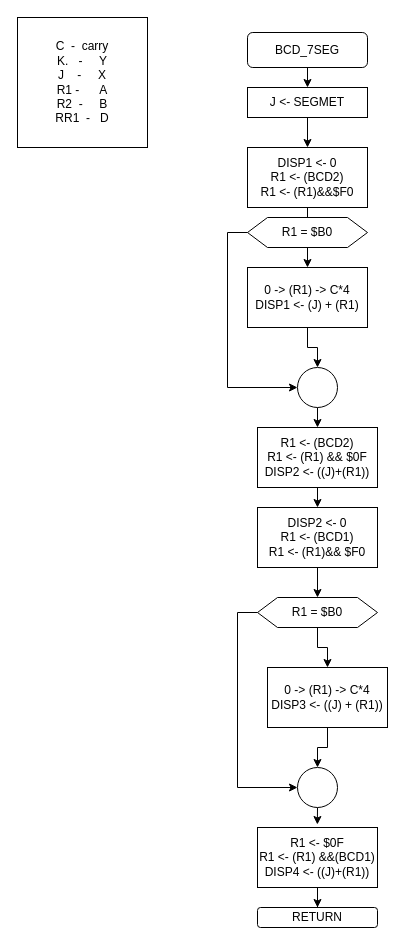
The draw.io diagram 8_runmeter623/diagrams/6_bcd_7seg.drawio in brown9804/Dragon12_MC9S12DP256, before the edit. Source tidied: cells renumbered, new cells numbered last; positions are measured from the earlier drawing's top-left corner, leaving out a move shared by most shapes. Both pictures are drawn from the tidied source at 100%, with x=0, y=0 at pixel (17, 17).
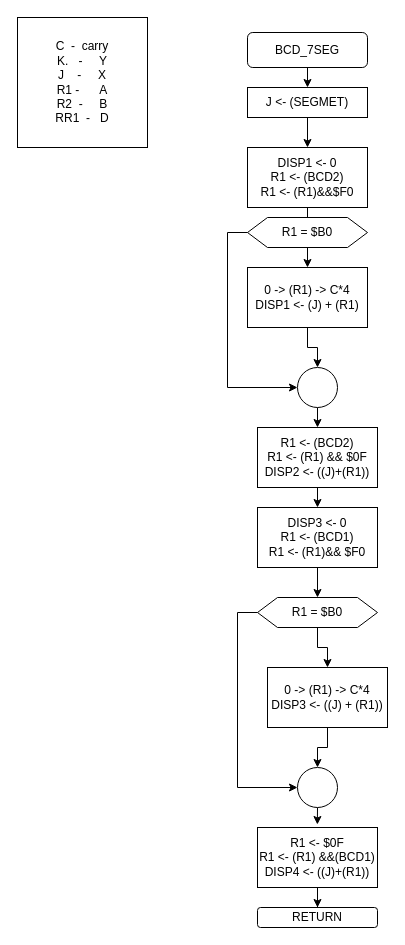
The same page after the edit.

Commit message:
final -> bcd_7seg ✅

The edit, as a diff of the source:
```diff
@@
-    <mxCell id="5" value="J &amp;lt;- SEGMET" style="rounded=0;whiteSpace=wrap;html=1;" parent="1" vertex="1">
+    <mxCell id="5" value="J &amp;lt;- (SEGMET)" style="rounded=0;whiteSpace=wrap;html=1;" parent="1" vertex="1">
       <mxGeometry x="230" y="70" width="120" height="30" as="geometry" />
     </mxCell>
@@
-    <mxCell id="20" value="DISP2 &amp;lt;- 0&lt;br&gt;R1 &amp;lt;- (BCD1)&lt;br&gt;R1 &amp;lt;- (R1)&amp;amp;&amp;amp; $F0" style="rounded=0;whiteSpace=wrap;html=1;" parent="1" vertex="1">
+    <mxCell id="20" value="DISP3 &amp;lt;- 0&lt;br&gt;R1 &amp;lt;- (BCD1)&lt;br&gt;R1 &amp;lt;- (R1)&amp;amp;&amp;amp; $F0" style="rounded=0;whiteSpace=wrap;html=1;" parent="1" vertex="1">
       <mxGeometry x="240" y="490" width="120" height="60" as="geometry" />
     </mxCell>
```
